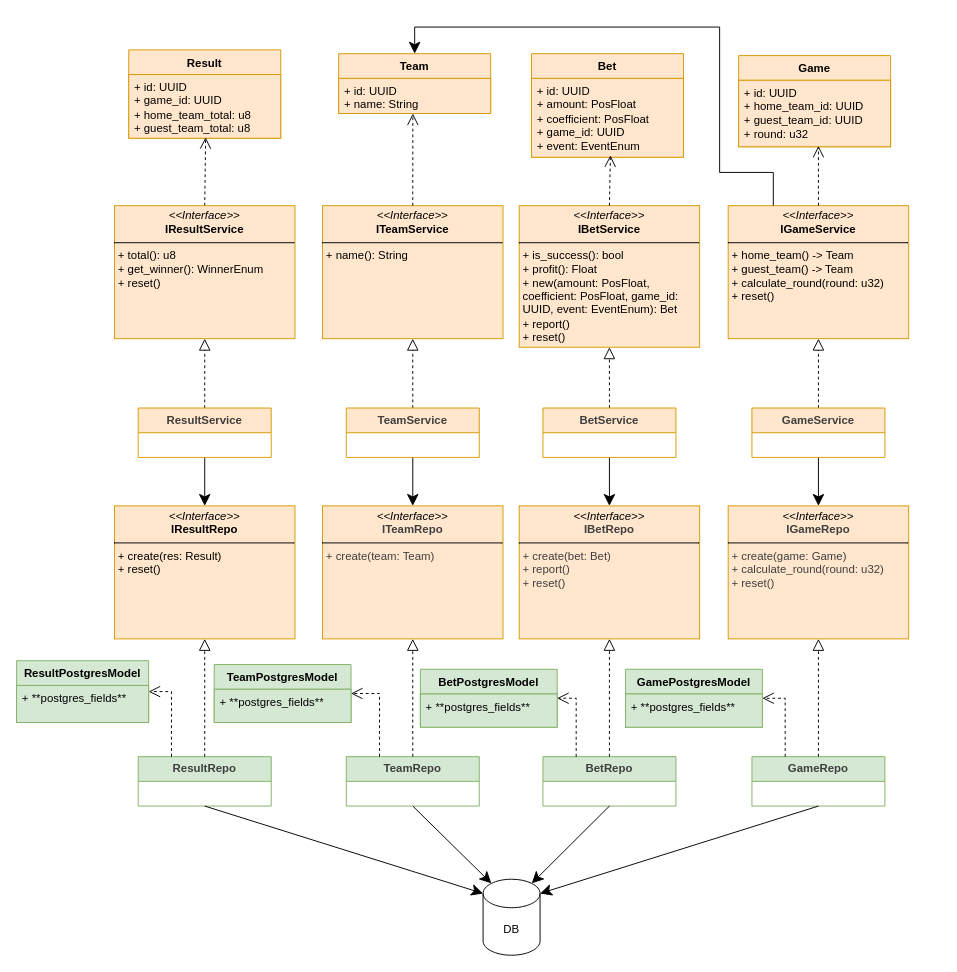
AnGREATern/RomBet keeps this draw.io diagram as report/schm/uml.drawio. Above is the earlier version. Source tidied: cells renumbered, new cells numbered last; positions are measured from the earlier drawing's top-left corner, leaving out a move shared by most shapes. Both pictures are drawn from the tidied source at 95%, with x=0, y=0 at pixel (16, 27).
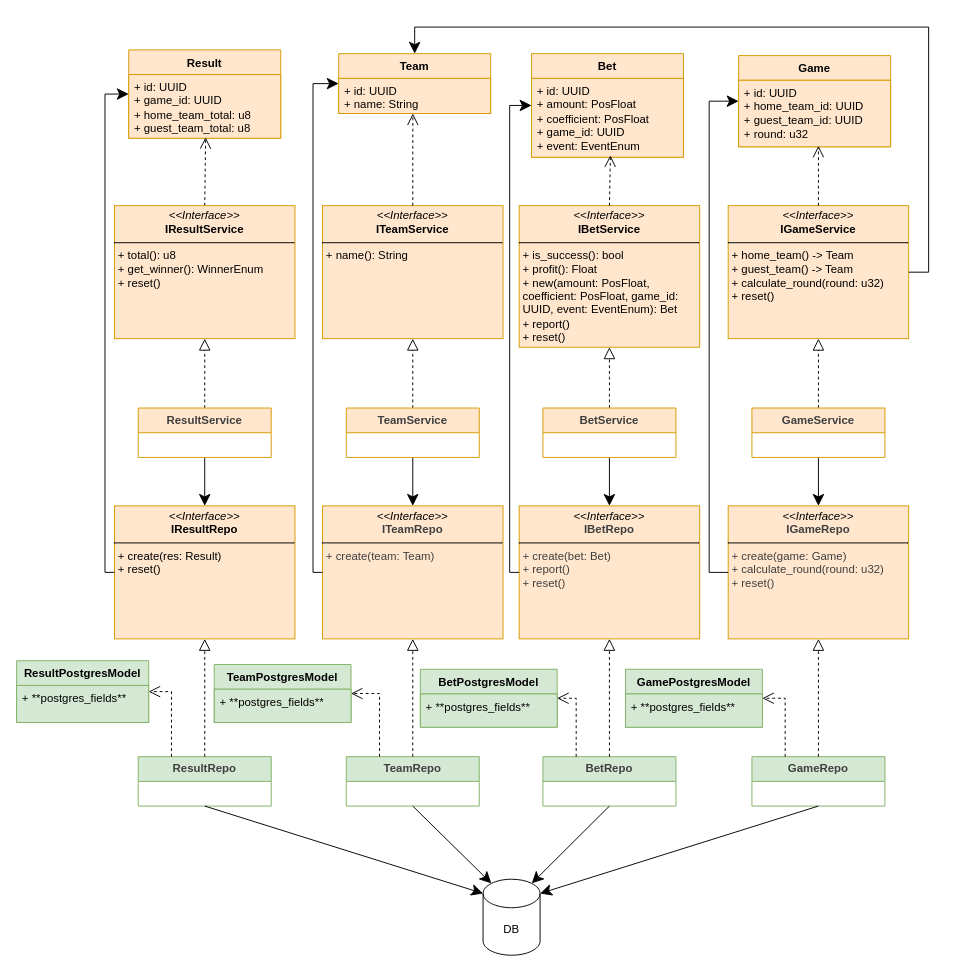
The same diagram, later.

The change refers to these unchanged cells:
```xml
<mxCell id="2" value="Team" style="swimlane;fontStyle=1;align=center;verticalAlign=top;horizontal=1;startSize=26;whiteSpace=wrap;html=1;fillColor=#ffe6cc;strokeColor=#d79b00;" parent="1" vertex="1">
  <mxGeometry x="339" y="28" width="160" height="63" as="geometry" />
</mxCell>
<mxCell id="4" value="Game" style="swimlane;fontStyle=1;align=center;verticalAlign=top;horizontal=1;startSize=26;whiteSpace=wrap;html=1;fillColor=#ffe6cc;strokeColor=#d79b00;" parent="1" vertex="1">
  <mxGeometry x="760" y="30" width="160" height="96" as="geometry" />
</mxCell>
<mxCell id="6" value="Bet" style="swimlane;fontStyle=1;align=center;verticalAlign=top;horizontal=1;startSize=26;whiteSpace=wrap;html=1;fillColor=#ffe6cc;strokeColor=#d79b00;" parent="1" vertex="1">
  <mxGeometry x="542" y="28" width="160" height="109" as="geometry" />
</mxCell>
<mxCell id="8" value="Result" style="swimlane;fontStyle=1;align=center;verticalAlign=top;horizontal=1;startSize=26;whiteSpace=wrap;html=1;fillColor=#ffe6cc;strokeColor=#d79b00;" parent="1" vertex="1">
  <mxGeometry x="118" y="24" width="160" height="93" as="geometry" />
</mxCell>
<mxCell id="14" value="&lt;p style=&quot;margin:0px;margin-top:4px;text-align:center;&quot;&gt;&lt;i&gt;&amp;lt;&amp;lt;Interface&amp;gt;&amp;gt;&lt;/i&gt;&lt;br&gt;&lt;b&gt;IGameService&lt;/b&gt;&lt;/p&gt;&lt;hr size=&quot;1&quot; style=&quot;border-style:solid;&quot;&gt;&lt;p style=&quot;margin:0px;margin-left:4px;&quot;&gt;&lt;/p&gt;&lt;p style=&quot;margin:0px;margin-left:4px;&quot;&gt;+ home_team() -&amp;gt; Team&lt;/p&gt;&lt;p style=&quot;margin:0px;margin-left:4px;&quot;&gt;+ guest_team() -&amp;gt; Team&lt;/p&gt;&lt;p style=&quot;margin:0px;margin-left:4px;&quot;&gt;+ calculate_round(round: u32)&lt;/p&gt;&lt;p style=&quot;margin:0px;margin-left:4px;&quot;&gt;+ reset()&lt;/p&gt;" style="verticalAlign=top;align=left;overflow=fill;html=1;whiteSpace=wrap;fillColor=#ffe6cc;strokeColor=#d79b00;" parent="1" vertex="1">
  <mxGeometry x="749" y="188" width="190" height="140" as="geometry" />
</mxCell>
<mxCell id="30" value="&lt;p style=&quot;margin:0px;margin-top:4px;text-align:center;&quot;&gt;&lt;i&gt;&amp;lt;&amp;lt;Interface&amp;gt;&amp;gt;&lt;/i&gt;&lt;br&gt;&lt;b&gt;IResultRepo&lt;/b&gt;&lt;/p&gt;&lt;hr size=&quot;1&quot; style=&quot;border-style:solid;&quot;&gt;&lt;p style=&quot;margin:0px;margin-left:4px;&quot;&gt;&lt;/p&gt;&lt;p style=&quot;margin:0px;margin-left:4px;&quot;&gt;+ create(res: Result)&lt;/p&gt;&lt;p style=&quot;margin:0px;margin-left:4px;&quot;&gt;+ reset()&lt;/p&gt;" style="verticalAlign=top;align=left;overflow=fill;html=1;whiteSpace=wrap;fillColor=#ffe6cc;strokeColor=#d79b00;" parent="1" vertex="1">
  <mxGeometry x="103" y="504" width="190" height="140" as="geometry" />
</mxCell>
<mxCell id="31" value="&lt;p style=&quot;margin:0px;margin-top:4px;text-align:center;&quot;&gt;&lt;i&gt;&amp;lt;&amp;lt;Interface&amp;gt;&amp;gt;&lt;/i&gt;&lt;br&gt;&lt;b style=&quot;color: rgb(63, 63, 63); scrollbar-color: light-dark(#e2e2e2, #4b4b4b)&lt;br/&gt;&#9;&#9;&#9;&#9;&#9;light-dark(#fbfbfb, var(--dark-panel-color));&quot;&gt;ITeamRepo&lt;/b&gt;&lt;br&gt;&lt;/p&gt;&lt;hr size=&quot;1&quot; style=&quot;border-style:solid;&quot;&gt;&lt;p style=&quot;margin:0px;margin-left:4px;&quot;&gt;&lt;/p&gt;&lt;p style=&quot;margin:0px;margin-left:4px;&quot;&gt;&lt;span style=&quot;color: rgb(63, 63, 63);&quot;&gt;+ create(team: Team)&lt;/span&gt;&lt;br&gt;&lt;/p&gt;" style="verticalAlign=top;align=left;overflow=fill;html=1;whiteSpace=wrap;fillColor=#ffe6cc;strokeColor=#d79b00;" parent="1" vertex="1">
  <mxGeometry x="322" y="504" width="190" height="140" as="geometry" />
</mxCell>
<mxCell id="32" value="&lt;p style=&quot;margin:0px;margin-top:4px;text-align:center;&quot;&gt;&lt;i&gt;&amp;lt;&amp;lt;Interface&amp;gt;&amp;gt;&lt;/i&gt;&lt;br&gt;&lt;b style=&quot;color: rgb(63, 63, 63); scrollbar-color: light-dark(#e2e2e2, #4b4b4b)&lt;br/&gt;&#9;&#9;&#9;&#9;&#9;light-dark(#fbfbfb, var(--dark-panel-color));&quot;&gt;IBetRepo&lt;/b&gt;&lt;br&gt;&lt;/p&gt;&lt;hr size=&quot;1&quot; style=&quot;border-style:solid;&quot;&gt;&lt;p style=&quot;margin:0px;margin-left:4px;&quot;&gt;&lt;/p&gt;&lt;p style=&quot;margin:0px;margin-left:4px;&quot;&gt;&lt;span style=&quot;color: rgb(63, 63, 63);&quot;&gt;+ create(bet: Bet)&lt;/span&gt;&lt;/p&gt;&lt;p style=&quot;margin:0px;margin-left:4px;&quot;&gt;&lt;span style=&quot;color: rgb(63, 63, 63);&quot;&gt;+ report()&lt;/span&gt;&lt;/p&gt;&lt;p style=&quot;margin:0px;margin-left:4px;&quot;&gt;&lt;span style=&quot;color: rgb(63, 63, 63);&quot;&gt;+ reset()&lt;/span&gt;&lt;/p&gt;" style="verticalAlign=top;align=left;overflow=fill;html=1;whiteSpace=wrap;fillColor=#ffe6cc;strokeColor=#d79b00;" parent="1" vertex="1">
  <mxGeometry x="529" y="504" width="190" height="140" as="geometry" />
</mxCell>
<mxCell id="33" value="&lt;p style=&quot;margin:0px;margin-top:4px;text-align:center;&quot;&gt;&lt;i&gt;&amp;lt;&amp;lt;Interface&amp;gt;&amp;gt;&lt;/i&gt;&lt;br&gt;&lt;b style=&quot;color: rgb(63, 63, 63); scrollbar-color: light-dark(#e2e2e2, #4b4b4b)&lt;br/&gt;&#9;&#9;&#9;&#9;&#9;light-dark(#fbfbfb, var(--dark-panel-color));&quot;&gt;IGameRepo&lt;/b&gt;&lt;br&gt;&lt;/p&gt;&lt;hr size=&quot;1&quot; style=&quot;border-style:solid;&quot;&gt;&lt;p style=&quot;margin:0px;margin-left:4px;&quot;&gt;&lt;/p&gt;&lt;p style=&quot;margin:0px;margin-left:4px;&quot;&gt;&lt;span style=&quot;color: rgb(63, 63, 63);&quot;&gt;+ create(game: Game)&lt;/span&gt;&lt;br&gt;&lt;/p&gt;&lt;p style=&quot;margin:0px;margin-left:4px;&quot;&gt;&lt;span style=&quot;color: rgb(63, 63, 63);&quot;&gt;&lt;span style=&quot;color: rgb(63, 63, 63);&quot;&gt;+ calculate_round(round: u32)&lt;/span&gt;&lt;br&gt;&lt;/span&gt;&lt;/p&gt;&lt;p style=&quot;margin:0px;margin-left:4px;&quot;&gt;&lt;span style=&quot;color: rgb(63, 63, 63);&quot;&gt;&lt;span style=&quot;color: rgb(63, 63, 63);&quot;&gt;+ reset()&lt;/span&gt;&lt;/span&gt;&lt;/p&gt;" style="verticalAlign=top;align=left;overflow=fill;html=1;whiteSpace=wrap;fillColor=#ffe6cc;strokeColor=#d79b00;" parent="1" vertex="1">
  <mxGeometry x="749" y="504" width="190" height="140" as="geometry" />
</mxCell>
```

Diff of the diagram source:
```diff
@@
-    <mxCell id="59" style="edgeStyle=orthogonalEdgeStyle;html=1;exitX=0.25;exitY=0;exitDx=0;exitDy=0;entryX=0.5;entryY=0;entryDx=0;entryDy=0;endSize=10;rounded=0;" parent="1" edge="1" source="14" target="2">
+    <mxCell id="59" style="edgeStyle=orthogonalEdgeStyle;html=1;exitX=1;exitY=0.5;exitDx=0;exitDy=0;entryX=0.5;entryY=0;entryDx=0;entryDy=0;endSize=10;rounded=0;" parent="1" edge="1" source="14" target="2">
       <mxGeometry relative="1" as="geometry">
         <Array as="points">
-          <mxPoint x="797" y="153" />
-          <mxPoint x="740" y="153" />
-          <mxPoint x="740" />
+          <mxPoint x="960" y="258" />
+          <mxPoint x="960" />
           <mxPoint x="419" />
         </Array>
       </mxGeometry>
     </mxCell>
+    <mxCell id="60" style="edgeStyle=orthogonalEdgeStyle;html=1;exitX=0;exitY=0.5;exitDx=0;exitDy=0;entryX=0;entryY=0.5;entryDx=0;entryDy=0;endSize=10;rounded=0;curved=0;" parent="1" edge="1" source="30" target="8">
+      <mxGeometry relative="1" as="geometry" />
+    </mxCell>
+    <mxCell id="61" style="edgeStyle=orthogonalEdgeStyle;html=1;entryX=0;entryY=0.5;entryDx=0;entryDy=0;endSize=10;rounded=0;curved=0;exitX=0;exitY=0.5;exitDx=0;exitDy=0;" parent="1" edge="1" source="31" target="2">
+      <mxGeometry relative="1" as="geometry" />
+    </mxCell>
+    <mxCell id="62" style="edgeStyle=orthogonalEdgeStyle;html=1;entryX=0;entryY=0.5;entryDx=0;entryDy=0;endSize=10;rounded=0;curved=0;exitX=0;exitY=0.5;exitDx=0;exitDy=0;" parent="1" edge="1" source="32" target="6">
+      <mxGeometry relative="1" as="geometry" />
+    </mxCell>
+    <mxCell id="63" style="edgeStyle=orthogonalEdgeStyle;html=1;entryX=0;entryY=0.5;entryDx=0;entryDy=0;endSize=10;rounded=0;curved=0;exitX=0;exitY=0.5;exitDx=0;exitDy=0;" parent="1" edge="1" source="33" target="4">
+      <mxGeometry relative="1" as="geometry">
+        <Array as="points">
+          <mxPoint x="729" y="574" />
+          <mxPoint x="729" y="78" />
+        </Array>
+      </mxGeometry>
+    </mxCell>
```
